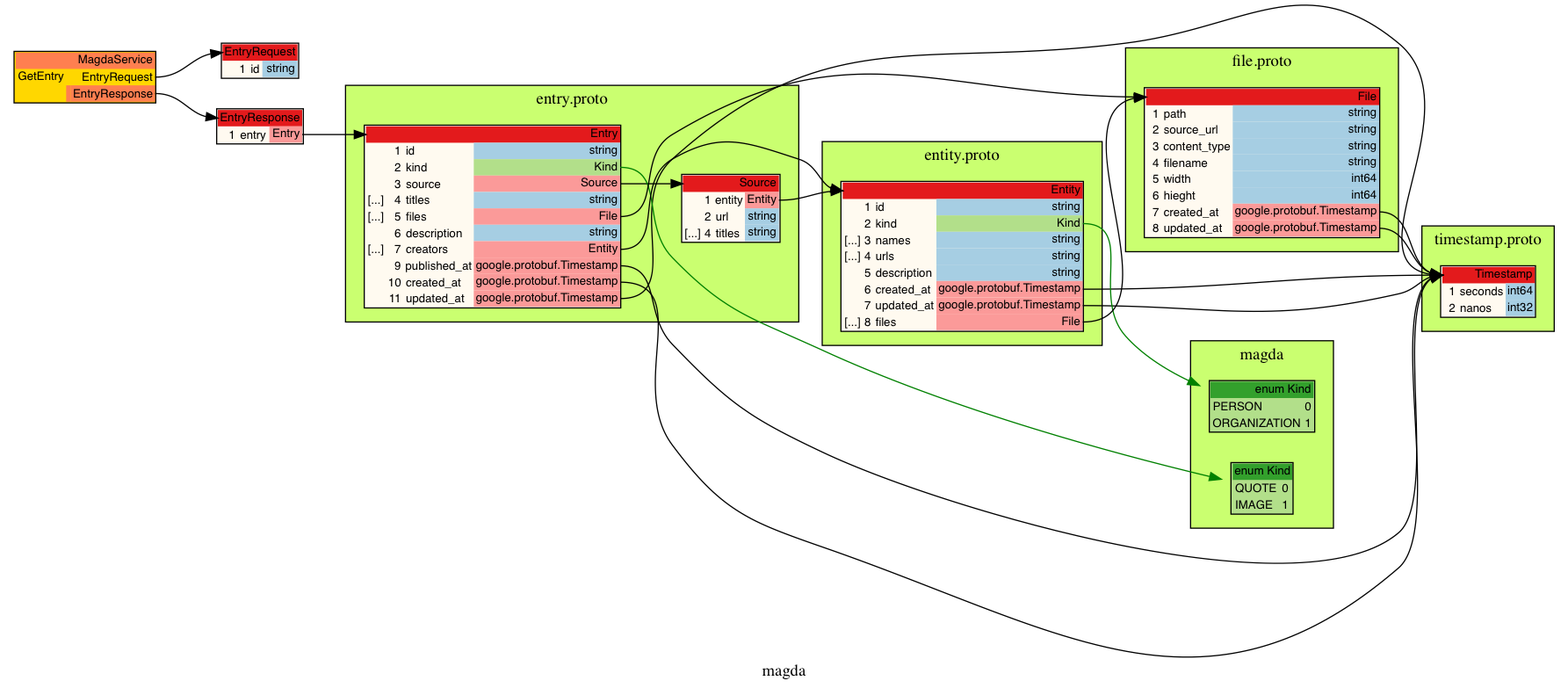
voidfiles/magda keeps this Graphviz diagram as output/magda.dot.png. Above is the earlier version. Its source is kept beside it as output/magda.dot.
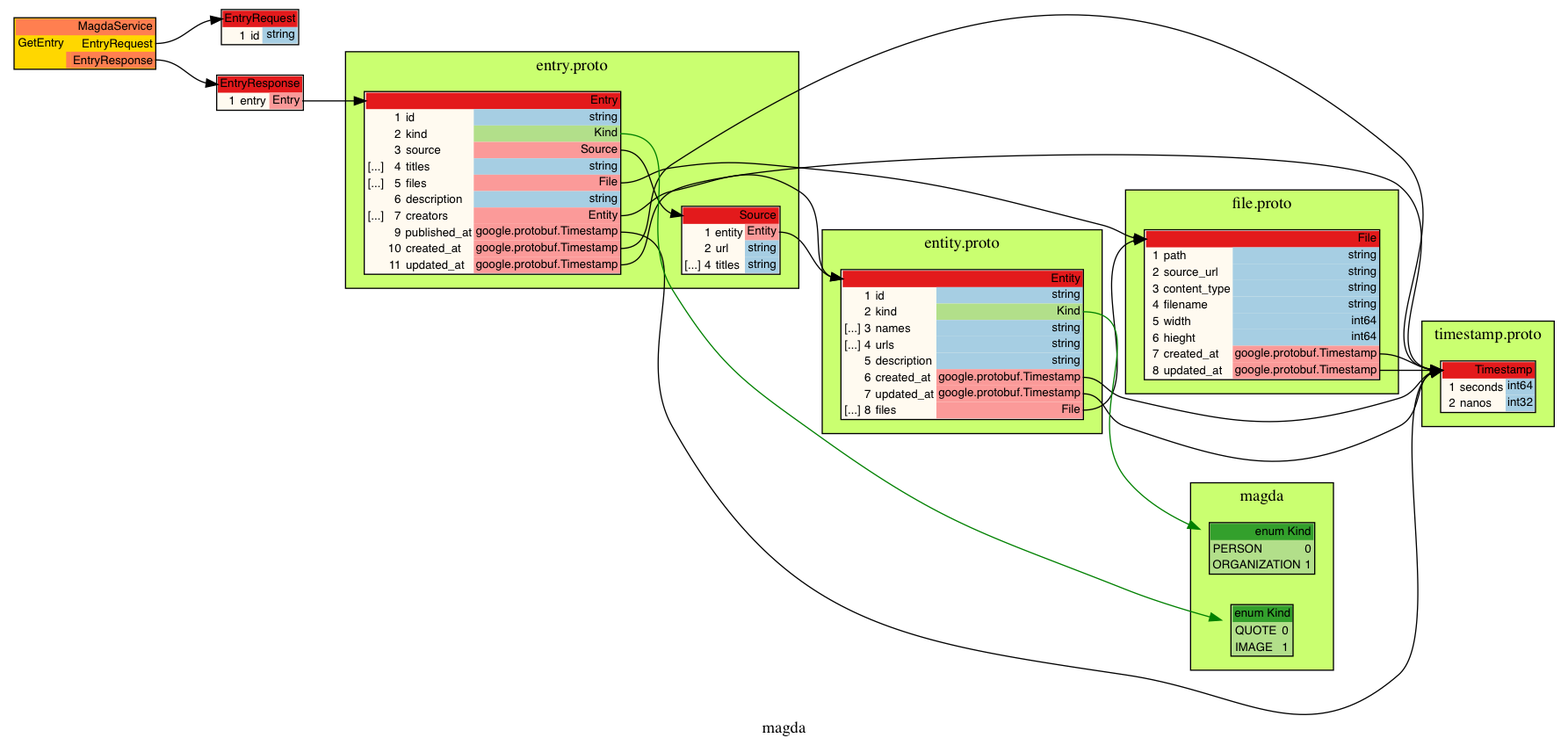
The same file after the commit.

What changed in the source:
```diff
@@ -31,6 +31,21 @@
 		Node_Ja_105	[shape=plaintext tooltip="magda.Entry" label=<<TABLE BORDER="1" CELLBORDER="0" CELLSPACING="0" BGCOLOR="#fffaf0"><TR><TD COLSPAN="4" PORT="header" BGCOLOR="#e31a1c" ALIGN="right"><b>Entry</b></TD></TR><TR><TD ALIGN="right"></TD><TD ALIGN="right">1</TD><TD ALIGN="left">id</TD><TD BGCOLOR="#a6cee3" PORT="poid" ALIGN="right" TITLE="string"><i>string</i></TD></TR><TR><TD ALIGN="right"></TD><TD ALIGN="right">2</TD><TD ALIGN="left">kind</TD><TD BGCOLOR="#b2df8a" PORT="pokind" ALIGN="right"><u>Kind</u></TD></TR><TR><TD ALIGN="right"></TD><TD ALIGN="right">3</TD><TD ALIGN="left">source</TD><TD BGCOLOR="#fb9a99" PORT="posource" ALIGN="right"><b>Source</b></TD></TR><TR><TD ALIGN="right">[...]</TD><TD ALIGN="right">4</TD><TD ALIGN="left">titles</TD><TD BGCOLOR="#a6cee3" PORT="potitles" ALIGN="right" TITLE="string"><i>string</i></TD></TR><TR><TD ALIGN="right">[...]</TD><TD ALIGN="right">5</TD><TD ALIGN="left">files</TD><TD BGCOLOR="#fb9a99" PORT="pofiles" ALIGN="right"><b>File</b></TD></TR><TR><TD ALIGN="right"></TD><TD ALIGN="right">6</TD><TD ALIGN="left">description</TD><TD BGCOLOR="#a6cee3" PORT="podescription" ALIGN="right" TITLE="string"><i>string</i></TD></TR><TR><TD ALIGN="right">[...]</TD><TD ALIGN="right">7</TD><TD ALIGN="left">creators</TD><TD BGCOLOR="#fb9a99" PORT="pocreators" ALIGN="right"><b>Entity</b></TD></TR><TR><TD ALIGN="right"></TD><TD ALIGN="right">9</TD><TD ALIGN="left">published_at</TD><TD BGCOLOR="#fb9a99" PORT="popublished_at" ALIGN="right"><b>google.protobuf.Timestamp</b></TD></TR><TR><TD ALIGN="right"></TD><TD ALIGN="right">10</TD><TD ALIGN="left">created_at</TD><TD BGCOLOR="#fb9a99" PORT="pocreated_at" ALIGN="right"><b>google.protobuf.Timestamp</b></TD></TR><TR><TD ALIGN="right"></TD><TD ALIGN="right">11</TD><TD ALIGN="left">updated_at</TD><TD BGCOLOR="#fb9a99" PORT="poupdated_at" ALIGN="right"><b>google.protobuf.Timestamp</b></TD></TR></TABLE>>];
 	}
 
+	subgraph cluster_8b180d234311 {
+		label = "file.proto"
+		tooltip = "file.proto"
+		style = filled;
+		fillcolor = "#caff70";
+
+		Node_Ja_101	[shape=plaintext tooltip="magda.File" label=<<TABLE BORDER="1" CELLBORDER="0" CELLSPACING="0" BGCOLOR="#fffaf0"><TR><TD COLSPAN="4" PORT="header" BGCOLOR="#e31a1c" ALIGN="right"><b>File</b></TD></TR><TR><TD ALIGN="right"></TD><TD ALIGN="right">1</TD><TD ALIGN="left">path</TD><TD BGCOLOR="#a6cee3" PORT="popath" ALIGN="right" TITLE="string"><i>string</i></TD></TR><TR><TD ALIGN="right"></TD><TD ALIGN="right">2</TD><TD ALIGN="left">source_url</TD><TD BGCOLOR="#a6cee3" PORT="posource_url" ALIGN="right" TITLE="string"><i>string</i></TD></TR><TR><TD ALIGN="right"></TD><TD ALIGN="right">3</TD><TD ALIGN="left">content_type</TD><TD BGCOLOR="#a6cee3" PORT="pocontent_type" ALIGN="right" TITLE="string"><i>string</i></TD></TR><TR><TD ALIGN="right"></TD><TD ALIGN="right">4</TD><TD ALIGN="left">filename</TD><TD BGCOLOR="#a6cee3" PORT="pofilename" ALIGN="right" TITLE="string"><i>string</i></TD></TR><TR><TD ALIGN="right"></TD><TD ALIGN="right">5</TD><TD ALIGN="left">width</TD><TD BGCOLOR="#a6cee3" PORT="powidth" ALIGN="right" TITLE="int64"><i>int64</i></TD></TR><TR><TD ALIGN="right"></TD><TD ALIGN="right">6</TD><TD ALIGN="left">hieght</TD><TD BGCOLOR="#a6cee3" PORT="pohieght" ALIGN="right" TITLE="int64"><i>int64</i></TD></TR><TR><TD ALIGN="right"></TD><TD ALIGN="right">7</TD><TD ALIGN="left">created_at</TD><TD BGCOLOR="#fb9a99" PORT="pocreated_at" ALIGN="right"><b>google.protobuf.Timestamp</b></TD></TR><TR><TD ALIGN="right"></TD><TD ALIGN="right">8</TD><TD ALIGN="left">updated_at</TD><TD BGCOLOR="#fb9a99" PORT="poupdated_at" ALIGN="right"><b>google.protobuf.Timestamp</b></TD></TR></TABLE>>];
+	}
+
+
+	/* ------ leaving the root package unwrapped ------ */
+	Node_Ja_110	[shape=plaintext tooltip="magda.EntryResponse" label=<<TABLE BORDER="1" CELLBORDER="0" CELLSPACING="0" BGCOLOR="#fffaf0"><TR><TD COLSPAN="4" PORT="header" BGCOLOR="#e31a1c" ALIGN="right"><b>EntryResponse</b></TD></TR><TR><TD ALIGN="right"></TD><TD ALIGN="right">1</TD><TD ALIGN="left">entry</TD><TD BGCOLOR="#fb9a99" PORT="poentry" ALIGN="right"><b>Entry</b></TD></TR></TABLE>>];
+
+	Node_Ja_107	[shape=plaintext tooltip="MagdaService" label=<<TABLE BORDER="1" CELLBORDER="0" CELLSPACING="0" BGCOLOR="#ffd700"><TR><TD COLSPAN="3" PORT="header" BGCOLOR="#ff7f50" ALIGN="right"><b>MagdaService</b></TD></TR><TR><TD ALIGN="left"><b>GetEntry</b></TD><TD></TD><TD PORT="poGetEntry_request" ALIGN="right">EntryRequest</TD></TR><TR style="border-bottom: 1px solid red"><TD></TD><TD BGCOLOR="#ff7f50"></TD><TD PORT="poGetEntry_response" ALIGN="right" BGCOLOR="#ff7f50">EntryResponse</TD></TR></TABLE>>];
+	Node_Ja_109	[shape=plaintext tooltip="magda.EntryRequest" label=<<TABLE BORDER="1" CELLBORDER="0" CELLSPACING="0" BGCOLOR="#fffaf0"><TR><TD COLSPAN="4" PORT="header" BGCOLOR="#e31a1c" ALIGN="right"><b>EntryRequest</b></TD></TR><TR><TD ALIGN="right"></TD><TD ALIGN="right">1</TD><TD ALIGN="left">id</TD><TD BGCOLOR="#a6cee3" PORT="poid" ALIGN="right" TITLE="string"><i>string</i></TD></TR></TABLE>>];
 	subgraph cluster_5627932c6abb {
 		label = "timestamp.proto"
 		tooltip = "timestamp.proto"
@@ -38,6 +53,15 @@
 		fillcolor = "#caff70";
 
 		Node_Ja_100	[shape=plaintext tooltip="google.protobuf.Timestamp" label=<<TABLE BORDER="1" CELLBORDER="0" CELLSPACING="0" BGCOLOR="#fffaf0"><TR><TD COLSPAN="4" PORT="header" BGCOLOR="#e31a1c" ALIGN="right"><b>Timestamp</b></TD></TR><TR><TD ALIGN="right"></TD><TD ALIGN="right">1</TD><TD ALIGN="left">seconds</TD><TD BGCOLOR="#a6cee3" PORT="poseconds" ALIGN="right" TITLE="int64"><i>int64</i></TD></TR><TR><TD ALIGN="right"></TD><TD ALIGN="right">2</TD><TD ALIGN="left">nanos</TD><TD BGCOLOR="#a6cee3" PORT="ponanos" ALIGN="right" TITLE="int32"><i>int32</i></TD></TR></TABLE>>];
+	}
+
+	subgraph cluster_f56b993e78fb {
+		label = "entity.proto"
+		tooltip = "entity.proto"
+		style = filled;
+		fillcolor = "#caff70";
+
+		Node_Ja_102	[shape=plaintext tooltip="magda.Entity" label=<<TABLE BORDER="1" CELLBORDER="0" CELLSPACING="0" BGCOLOR="#fffaf0"><TR><TD COLSPAN="4" PORT="header" BGCOLOR="#e31a1c" ALIGN="right"><b>Entity</b></TD></TR><TR><TD ALIGN="right"></TD><TD ALIGN="right">1</TD><TD ALIGN="left">id</TD><TD BGCOLOR="#a6cee3" PORT="poid" ALIGN="right" TITLE="string"><i>string</i></TD></TR><TR><TD ALIGN="right"></TD><TD ALIGN="right">2</TD><TD ALIGN="left">kind</TD><TD BGCOLOR="#b2df8a" PORT="pokind" ALIGN="right"><u>Kind</u></TD></TR><TR><TD ALIGN="right">[...]</TD><TD ALIGN="right">3</TD><TD ALIGN="left">names</TD><TD BGCOLOR="#a6cee3" PORT="ponames" ALIGN="right" TITLE="string"><i>string</i></TD></TR><TR><TD ALIGN="right">[...]</TD><TD ALIGN="right">4</TD><TD ALIGN="left">urls</TD><TD BGCOLOR="#a6cee3" PORT="pourls" ALIGN="right" TITLE="string"><i>string</i></TD></TR><TR><TD ALIGN="right"></TD><TD ALIGN="right">5</TD><TD ALIGN="left">description</TD><TD BGCOLOR="#a6cee3" PORT="podescription" ALIGN="right" TITLE="string"><i>string</i></TD></TR><TR><TD ALIGN="right"></TD><TD ALIGN="right">6</TD><TD ALIGN="left">created_at</TD><TD BGCOLOR="#fb9a99" PORT="pocreated_at" ALIGN="right"><b>google.protobuf.Timestamp</b></TD></TR><TR><TD ALIGN="right"></TD><TD ALIGN="right">7</TD><TD ALIGN="left">updated_at</TD><TD BGCOLOR="#fb9a99" PORT="poupdated_at" ALIGN="right"><b>google.protobuf.Timestamp</b></TD></TR><TR><TD ALIGN="right">[...]</TD><TD ALIGN="right">8</TD><TD ALIGN="left">files</TD><TD BGCOLOR="#fb9a99" PORT="pofiles" ALIGN="right"><b>File</b></TD></TR></TABLE>>];
 	}
 
 	subgraph cluster_9d1e3c2635ff {
@@ -51,48 +75,24 @@
 	}
 
 
-	/* ------ leaving the root package unwrapped ------ */
-	Node_Ja_110	[shape=plaintext tooltip="magda.EntryResponse" label=<<TABLE BORDER="1" CELLBORDER="0" CELLSPACING="0" BGCOLOR="#fffaf0"><TR><TD COLSPAN="4" PORT="header" BGCOLOR="#e31a1c" ALIGN="right"><b>EntryResponse</b></TD></TR><TR><TD ALIGN="right"></TD><TD ALIGN="right">1</TD><TD ALIGN="left">entry</TD><TD BGCOLOR="#fb9a99" PORT="poentry" ALIGN="right"><b>Entry</b></TD></TR></TABLE>>];
-
-	Node_Ja_109	[shape=plaintext tooltip="magda.EntryRequest" label=<<TABLE BORDER="1" CELLBORDER="0" CELLSPACING="0" BGCOLOR="#fffaf0"><TR><TD COLSPAN="4" PORT="header" BGCOLOR="#e31a1c" ALIGN="right"><b>EntryRequest</b></TD></TR><TR><TD ALIGN="right"></TD><TD ALIGN="right">1</TD><TD ALIGN="left">id</TD><TD BGCOLOR="#a6cee3" PORT="poid" ALIGN="right" TITLE="string"><i>string</i></TD></TR></TABLE>>];
-	Node_Ja_107	[shape=plaintext tooltip="MagdaService" label=<<TABLE BORDER="1" CELLBORDER="0" CELLSPACING="0" BGCOLOR="#ffd700"><TR><TD COLSPAN="3" PORT="header" BGCOLOR="#ff7f50" ALIGN="right"><b>MagdaService</b></TD></TR><TR><TD ALIGN="left"><b>GetEntry</b></TD><TD></TD><TD PORT="poGetEntry_request" ALIGN="right">EntryRequest</TD></TR><TR style="border-bottom: 1px solid red"><TD></TD><TD BGCOLOR="#ff7f50"></TD><TD PORT="poGetEntry_response" ALIGN="right" BGCOLOR="#ff7f50">EntryResponse</TD></TR></TABLE>>];
-	subgraph cluster_8b180d234311 {
-		label = "file.proto"
-		tooltip = "file.proto"
-		style = filled;
-		fillcolor = "#caff70";
-
-		Node_Ja_101	[shape=plaintext tooltip="magda.File" label=<<TABLE BORDER="1" CELLBORDER="0" CELLSPACING="0" BGCOLOR="#fffaf0"><TR><TD COLSPAN="4" PORT="header" BGCOLOR="#e31a1c" ALIGN="right"><b>File</b></TD></TR><TR><TD ALIGN="right"></TD><TD ALIGN="right">1</TD><TD ALIGN="left">path</TD><TD BGCOLOR="#a6cee3" PORT="popath" ALIGN="right" TITLE="string"><i>string</i></TD></TR><TR><TD ALIGN="right"></TD><TD ALIGN="right">2</TD><TD ALIGN="left">source_url</TD><TD BGCOLOR="#a6cee3" PORT="posource_url" ALIGN="right" TITLE="string"><i>string</i></TD></TR><TR><TD ALIGN="right"></TD><TD ALIGN="right">3</TD><TD ALIGN="left">content_type</TD><TD BGCOLOR="#a6cee3" PORT="pocontent_type" ALIGN="right" TITLE="string"><i>string</i></TD></TR><TR><TD ALIGN="right"></TD><TD ALIGN="right">4</TD><TD ALIGN="left">filename</TD><TD BGCOLOR="#a6cee3" PORT="pofilename" ALIGN="right" TITLE="string"><i>string</i></TD></TR><TR><TD ALIGN="right"></TD><TD ALIGN="right">5</TD><TD ALIGN="left">width</TD><TD BGCOLOR="#a6cee3" PORT="powidth" ALIGN="right" TITLE="int64"><i>int64</i></TD></TR><TR><TD ALIGN="right"></TD><TD ALIGN="right">6</TD><TD ALIGN="left">hieght</TD><TD BGCOLOR="#a6cee3" PORT="pohieght" ALIGN="right" TITLE="int64"><i>int64</i></TD></TR><TR><TD ALIGN="right"></TD><TD ALIGN="right">7</TD><TD ALIGN="left">created_at</TD><TD BGCOLOR="#fb9a99" PORT="pocreated_at" ALIGN="right"><b>google.protobuf.Timestamp</b></TD></TR><TR><TD ALIGN="right"></TD><TD ALIGN="right">8</TD><TD ALIGN="left">updated_at</TD><TD BGCOLOR="#fb9a99" PORT="poupdated_at" ALIGN="right"><b>google.protobuf.Timestamp</b></TD></TR></TABLE>>];
-	}
-
-	subgraph cluster_f56b993e78fb {
-		label = "entity.proto"
-		tooltip = "entity.proto"
-		style = filled;
-		fillcolor = "#caff70";
-
-		Node_Ja_102	[shape=plaintext tooltip="magda.Entity" label=<<TABLE BORDER="1" CELLBORDER="0" CELLSPACING="0" BGCOLOR="#fffaf0"><TR><TD COLSPAN="4" PORT="header" BGCOLOR="#e31a1c" ALIGN="right"><b>Entity</b></TD></TR><TR><TD ALIGN="right"></TD><TD ALIGN="right">1</TD><TD ALIGN="left">id</TD><TD BGCOLOR="#a6cee3" PORT="poid" ALIGN="right" TITLE="string"><i>string</i></TD></TR><TR><TD ALIGN="right"></TD><TD ALIGN="right">2</TD><TD ALIGN="left">kind</TD><TD BGCOLOR="#b2df8a" PORT="pokind" ALIGN="right"><u>Kind</u></TD></TR><TR><TD ALIGN="right">[...]</TD><TD ALIGN="right">3</TD><TD ALIGN="left">names</TD><TD BGCOLOR="#a6cee3" PORT="ponames" ALIGN="right" TITLE="string"><i>string</i></TD></TR><TR><TD ALIGN="right">[...]</TD><TD ALIGN="right">4</TD><TD ALIGN="left">urls</TD><TD BGCOLOR="#a6cee3" PORT="pourls" ALIGN="right" TITLE="string"><i>string</i></TD></TR><TR><TD ALIGN="right"></TD><TD ALIGN="right">5</TD><TD ALIGN="left">description</TD><TD BGCOLOR="#a6cee3" PORT="podescription" ALIGN="right" TITLE="string"><i>string</i></TD></TR><TR><TD ALIGN="right"></TD><TD ALIGN="right">6</TD><TD ALIGN="left">created_at</TD><TD BGCOLOR="#fb9a99" PORT="pocreated_at" ALIGN="right"><b>google.protobuf.Timestamp</b></TD></TR><TR><TD ALIGN="right"></TD><TD ALIGN="right">7</TD><TD ALIGN="left">updated_at</TD><TD BGCOLOR="#fb9a99" PORT="poupdated_at" ALIGN="right"><b>google.protobuf.Timestamp</b></TD></TR><TR><TD ALIGN="right">[...]</TD><TD ALIGN="right">8</TD><TD ALIGN="left">files</TD><TD BGCOLOR="#fb9a99" PORT="pofiles" ALIGN="right"><b>File</b></TD></TR></TABLE>>];
-	}
-
-
 	/* ------ connections ------ */
-	Node_Ja_105:posource:e	-> Node_Ja_104:header [color="#000000" tooltip="Ja_105 --> Ja_104"];
-	Node_Ja_105:popublished_at:e	-> Node_Ja_100:header [color="#000000" tooltip="Ja_105 --> Ja_100"];
+	Node_Ja_107:poGetEntry_response:e	-> Node_Ja_110:header [color="#000000" tooltip="Ja_107 --> Ja_110"];
 	Node_Ja_102:pokind:e	-> Node_Ja_103 [color="#008000" tooltip="Ja_102 --> Ja_103"];
 	Node_Ja_102:pofiles:e	-> Node_Ja_101:header [color="#000000" tooltip="Ja_102 --> Ja_101"];
 	Node_Ja_105:pocreators:e	-> Node_Ja_102:header [color="#000000" tooltip="Ja_105 --> Ja_102"];
-	Node_Ja_107:poGetEntry_response:e	-> Node_Ja_110:header [color="#000000" tooltip="Ja_107 --> Ja_110"];
+	Node_Ja_107:poGetEntry_request:e	-> Node_Ja_109:header [color="#000000" tooltip="Ja_107 --> Ja_109"];
+	Node_Ja_101:poupdated_at:e	-> Node_Ja_100:header [color="#000000" tooltip="Ja_101 --> Ja_100"];
+	Node_Ja_105:pofiles:e	-> Node_Ja_101:header [color="#000000" tooltip="Ja_105 --> Ja_101"];
+	Node_Ja_105:popublished_at:e	-> Node_Ja_100:header [color="#000000" tooltip="Ja_105 --> Ja_100"];
+	Node_Ja_105:poupdated_at:e	-> Node_Ja_100:header [color="#000000" tooltip="Ja_105 --> Ja_100"];
+	Node_Ja_110:poentry:e	-> Node_Ja_105:header [color="#000000" tooltip="Ja_110 --> Ja_105"];
+	Node_Ja_101:pocreated_at:e	-> Node_Ja_100:header [color="#000000" tooltip="Ja_101 --> Ja_100"];
+	Node_Ja_102:pocreated_at:e	-> Node_Ja_100:header [color="#000000" tooltip="Ja_102 --> Ja_100"];
+	Node_Ja_102:poupdated_at:e	-> Node_Ja_100:header [color="#000000" tooltip="Ja_102 --> Ja_100"];
+	Node_Ja_105:pokind:e	-> Node_Ja_106 [color="#008000" tooltip="Ja_105 --> Ja_106"];
+	Node_Ja_104:poentity:e	-> Node_Ja_102:header [color="#000000" tooltip="Ja_104 --> Ja_102"];
+	Node_Ja_105:posource:e	-> Node_Ja_104:header [color="#000000" tooltip="Ja_105 --> Ja_104"];
 	Node_Ja_105:pocreated_at:e	-> Node_Ja_100:header [color="#000000" tooltip="Ja_105 --> Ja_100"];
-	Node_Ja_105:poupdated_at:e	-> Node_Ja_100:header [color="#000000" tooltip="Ja_105 --> Ja_100"];
-	Node_Ja_107:poGetEntry_request:e	-> Node_Ja_109:header [color="#000000" tooltip="Ja_107 --> Ja_109"];
-	Node_Ja_110:poentry:e	-> Node_Ja_105:header [color="#000000" tooltip="Ja_110 --> Ja_105"];
-	Node_Ja_101:poupdated_at:e	-> Node_Ja_100:header [color="#000000" tooltip="Ja_101 --> Ja_100"];
-	Node_Ja_102:pocreated_at:e	-> Node_Ja_100:header [color="#000000" tooltip="Ja_102 --> Ja_100"];
-	Node_Ja_104:poentity:e	-> Node_Ja_102:header [color="#000000" tooltip="Ja_104 --> Ja_102"];
-	Node_Ja_105:pokind:e	-> Node_Ja_106 [color="#008000" tooltip="Ja_105 --> Ja_106"];
-	Node_Ja_105:pofiles:e	-> Node_Ja_101:header [color="#000000" tooltip="Ja_105 --> Ja_101"];
-	Node_Ja_101:pocreated_at:e	-> Node_Ja_100:header [color="#000000" tooltip="Ja_101 --> Ja_100"];
-	Node_Ja_102:poupdated_at:e	-> Node_Ja_100:header [color="#000000" tooltip="Ja_102 --> Ja_100"];
 
-	/* generated by github.com/seamia/protodot on Monday, 17-Feb-20 14:42:34 MST */
+	/* generated by github.com/seamia/protodot on Monday, 17-Feb-20 14:43:25 MST */
 }
```
